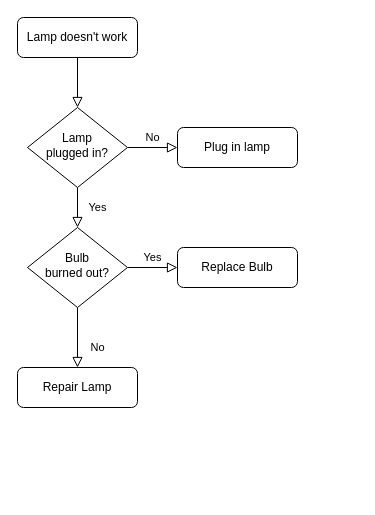
This is Untitled Diagram.drawio from justinzhuguangwen/behaviac, a draw.io file, before an edit. Source tidied: cells renumbered, new cells numbered last; positions are measured from the earlier drawing's top-left corner, leaving out a move shared by most shapes. Both pictures are drawn from the tidied source at 100%, with x=0, y=0 at pixel (17, 17).
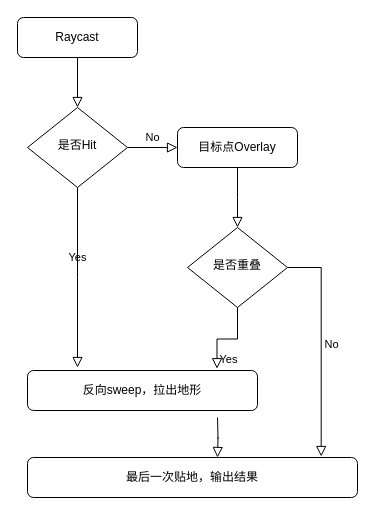
After the change.

Diff of the diagram source:
```diff
@@
 <mxGraphModel>
   <root>
     <mxCell id="0" />
     <mxCell id="1" parent="0" />
     <mxCell id="2" style="rounded=0;html=1;jettySize=auto;fontSize=11;endArrow=block;endFill=0;endSize=8;strokeWidth=1;shadow=0;labelBackgroundColor=none;edgeStyle=orthogonalEdgeStyle;" parent="1" edge="1" source="3" target="6">
       <mxGeometry relative="1" as="geometry" />
     </mxCell>
-    <mxCell id="3" value="Lamp doesn't work" style="rounded=1;whiteSpace=wrap;html=1;fontSize=12;glass=0;strokeWidth=1;shadow=0;" parent="1" vertex="1">
+    <mxCell id="3" value="Raycast" style="rounded=1;whiteSpace=wrap;html=1;fontSize=12;glass=0;strokeWidth=1;shadow=0;" parent="1" vertex="1">
       <mxGeometry width="120" height="40" as="geometry" />
     </mxCell>
-    <mxCell id="4" value="Yes" style="rounded=0;html=1;jettySize=auto;fontSize=11;endArrow=block;endFill=0;endSize=8;strokeWidth=1;shadow=0;labelBackgroundColor=none;edgeStyle=orthogonalEdgeStyle;" parent="1" edge="1" source="6" target="10">
-      <mxGeometry y="20" relative="1" as="geometry" />
+    <mxCell id="4" value="Yes" style="rounded=0;html=1;jettySize=auto;fontSize=11;endArrow=block;endFill=0;endSize=8;strokeWidth=1;shadow=0;labelBackgroundColor=none;edgeStyle=orthogonalEdgeStyle;" parent="1" edge="1" source="6">
+      <mxGeometry y="20" relative="1" as="geometry">
+        <mxPoint x="60" y="350" as="targetPoint" />
+      </mxGeometry>
     </mxCell>
     <mxCell id="5" value="No" style="edgeStyle=orthogonalEdgeStyle;rounded=0;html=1;jettySize=auto;fontSize=11;endArrow=block;endFill=0;endSize=8;strokeWidth=1;shadow=0;labelBackgroundColor=none;" parent="1" edge="1" source="6" target="7">
       <mxGeometry y="10" relative="1" as="geometry" />
     </mxCell>
-    <mxCell id="6" value="Lamp&lt;br&gt;plugged in?" style="rhombus;whiteSpace=wrap;html=1;shadow=0;fontFamily=Helvetica;fontSize=12;align=center;strokeWidth=1;spacing=6;spacingTop=-4;" parent="1" vertex="1">
+    <mxCell id="6" value="是否Hit" style="rhombus;whiteSpace=wrap;html=1;shadow=0;fontFamily=Helvetica;fontSize=12;align=center;strokeWidth=1;spacing=6;spacingTop=-4;" parent="1" vertex="1">
       <mxGeometry x="10" y="90" width="100" height="80" as="geometry" />
     </mxCell>
-    <mxCell id="7" value="Plug in lamp" style="rounded=1;whiteSpace=wrap;html=1;fontSize=12;glass=0;strokeWidth=1;shadow=0;" parent="1" vertex="1">
+    <mxCell id="7" value="目标点Overlay" style="rounded=1;whiteSpace=wrap;html=1;fontSize=12;glass=0;strokeWidth=1;shadow=0;" parent="1" vertex="1">
       <mxGeometry x="160" y="110" width="120" height="40" as="geometry" />
     </mxCell>
+    <mxCell id="11" value="反向sweep，拉出地形" style="rounded=1;whiteSpace=wrap;html=1;fontSize=12;glass=0;strokeWidth=1;shadow=0;" parent="1" vertex="1">
+      <mxGeometry x="10" y="353" width="230" height="40" as="geometry" />
+    </mxCell>
+    <mxCell id="13" value="是否重叠" style="rhombus;whiteSpace=wrap;html=1;shadow=0;fontFamily=Helvetica;fontSize=12;align=center;strokeWidth=1;spacing=6;spacingTop=-4;" parent="1" vertex="1">
+      <mxGeometry x="170" y="210" width="100" height="80" as="geometry" />
+    </mxCell>
+    <mxCell id="14" style="rounded=0;html=1;jettySize=auto;fontSize=11;endArrow=block;endFill=0;endSize=8;strokeWidth=1;shadow=0;labelBackgroundColor=none;edgeStyle=orthogonalEdgeStyle;exitX=0.5;exitY=1;exitDx=0;exitDy=0;entryX=0.5;entryY=0;entryDx=0;entryDy=0;" parent="1" edge="1" source="7" target="13">
+      <mxGeometry relative="1" as="geometry">
+        <Array as="points">
+          <mxPoint x="220" y="180" />
+        </Array>
+      </mxGeometry>
+    </mxCell>
-    <mxCell id="8" value="No" style="rounded=0;html=1;jettySize=auto;fontSize=11;endArrow=block;endFill=0;endSize=8;strokeWidth=1;shadow=0;labelBackgroundColor=none;edgeStyle=orthogonalEdgeStyle;" parent="1" edge="1" source="10" target="11">
-      <mxGeometry x="0.33" y="20" relative="1" as="geometry" />
+    <mxCell id="8" value="No" style="edgeStyle=orthogonalEdgeStyle;rounded=0;html=1;jettySize=auto;fontSize=11;endArrow=block;endFill=0;endSize=8;strokeWidth=1;shadow=0;labelBackgroundColor=none;exitX=1;exitY=0.5;exitDx=0;exitDy=0;entryX=0.89;entryY=-0.025;entryDx=0;entryDy=0;entryPerimeter=0;" parent="1" edge="1" source="13" target="15">
+      <mxGeometry y="10" relative="1" as="geometry">
+        <Array as="points">
+          <mxPoint x="304" y="250" />
+        </Array>
+      </mxGeometry>
     </mxCell>
-    <mxCell id="9" value="Yes" style="edgeStyle=orthogonalEdgeStyle;rounded=0;html=1;jettySize=auto;fontSize=11;endArrow=block;endFill=0;endSize=8;strokeWidth=1;shadow=0;labelBackgroundColor=none;" parent="1" edge="1" source="10" target="12">
-      <mxGeometry y="10" relative="1" as="geometry" />
+    <mxCell id="9" value="Yes" style="rounded=0;html=1;jettySize=auto;fontSize=11;endArrow=block;endFill=0;endSize=8;strokeWidth=1;shadow=0;labelBackgroundColor=none;edgeStyle=orthogonalEdgeStyle;exitX=0.5;exitY=1;exitDx=0;exitDy=0;entryX=0.824;entryY=-0.045;entryDx=0;entryDy=0;entryPerimeter=0;" parent="1" edge="1" source="13" target="11">
+      <mxGeometry y="20" relative="1" as="geometry" />
     </mxCell>
-    <mxCell id="10" value="Bulb&lt;br&gt;burned out?" style="rhombus;whiteSpace=wrap;html=1;shadow=0;fontFamily=Helvetica;fontSize=12;align=center;strokeWidth=1;spacing=6;spacingTop=-4;" parent="1" vertex="1">
-      <mxGeometry x="10" y="210" width="100" height="80" as="geometry" />
-    </mxCell>
-    <mxCell id="11" value="Repair Lamp" style="rounded=1;whiteSpace=wrap;html=1;fontSize=12;glass=0;strokeWidth=1;shadow=0;" parent="1" vertex="1">
-      <mxGeometry y="350" width="120" height="40" as="geometry" />
-    </mxCell>
-    <mxCell id="12" value="Replace Bulb" style="rounded=1;whiteSpace=wrap;html=1;fontSize=12;glass=0;strokeWidth=1;shadow=0;" parent="1" vertex="1">
-      <mxGeometry x="160" y="230" width="120" height="40" as="geometry" />
-    </mxCell>
+    <mxCell id="15" value="最后一次贴地，输出结果" style="rounded=1;whiteSpace=wrap;html=1;fontSize=12;glass=0;strokeWidth=1;shadow=0;" parent="1" vertex="1">
+      <mxGeometry x="10" y="440" width="330" height="40" as="geometry" />
+    </mxCell>
+    <mxCell id="16" style="rounded=0;html=1;jettySize=auto;orthogonalLoop=1;fontSize=11;endArrow=block;endFill=0;endSize=8;strokeWidth=1;shadow=0;labelBackgroundColor=none;edgeStyle=orthogonalEdgeStyle;" parent="1" edge="1">
+      <mxGeometry relative="1" as="geometry">
+        <mxPoint x="200" y="400" as="sourcePoint" />
+        <mxPoint x="200" y="440" as="targetPoint" />
+      </mxGeometry>
+    </mxCell>
   </root>
 </mxGraphModel>
```
